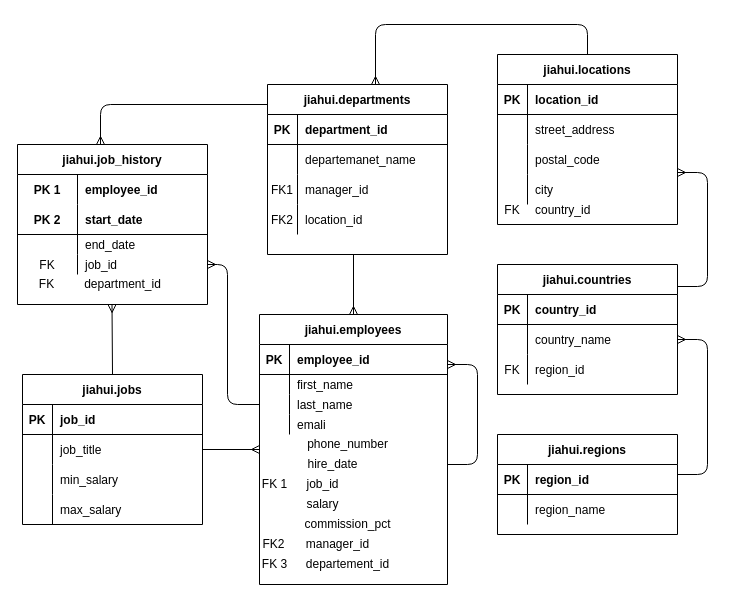
The draw.io diagram Finished HR_ERD .drawio in gracexia02/Assignment7_ERDs-with-draw.io, before the edit. Source tidied: cells renumbered, new cells numbered last; positions are measured from the earlier drawing's top-left corner, leaving out a move shared by most shapes. Both pictures are drawn from the tidied source at 100%, with x=0, y=0 at pixel (17, 4).
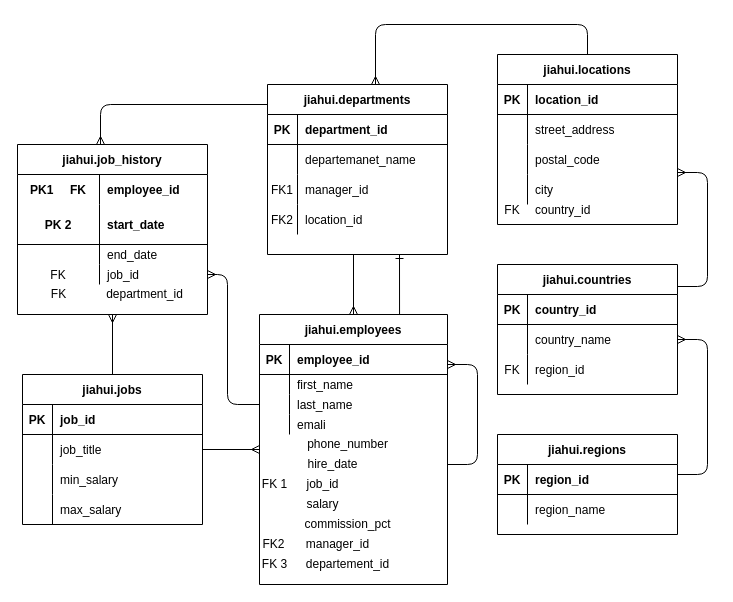
The same diagram, later.

The change refers to these unchanged cells:
```xml
<mxCell id="21" style="shape=partialRectangle;fillColor=none;top=0;left=0;bottom=0;right=0;" parent="20" vertex="1">
  <mxGeometry y="30" width="190" height="30" as="geometry" />
</mxCell>
<mxCell id="34" value="jiahui.jobs" style="shape=table;startSize=30;childLayout=tableLayout;rowLines=0;fontStyle=1;align=center;" parent="1" vertex="1">
  <mxGeometry x="5" y="370" width="180" height="150" as="geometry" />
</mxCell>
<mxCell id="61" value="jiahui.employees" style="shape=table;startSize=30;childLayout=tableLayout;rowLines=0;fontStyle=1;align=center;strokeColor=#000000;" parent="1" vertex="1">
  <mxGeometry x="242" y="310" width="188" height="270" as="geometry" />
</mxCell>
```

The edit, as a diff of the source:
```diff
@@
     <mxCell id="20" value="jiahui.job_history" style="shape=table;startSize=30;childLayout=tableLayout;rowLines=0;fontStyle=1;align=center;" parent="1" vertex="1">
-      <mxGeometry y="140" width="190" height="160" as="geometry" />
+      <mxGeometry y="140" width="190" height="170" as="geometry" />
     </mxCell>
@@
-    <mxCell id="22" value="PK 1" style="shape=partialRectangle;fillColor=none;top=0;left=0;bottom=0;right=0;fontStyle=1;overflow=hidden;" parent="21" vertex="1">
-      <mxGeometry width="60" height="30" as="geometry" />
+    <mxCell id="22" value="PK1     FK" style="shape=partialRectangle;fillColor=none;top=0;left=0;bottom=0;right=0;fontStyle=1;overflow=hidden;" parent="21" vertex="1">
+      <mxGeometry width="82" height="30" as="geometry" />
     </mxCell>
     <mxCell id="23" value="employee_id" style="shape=partialRectangle;fillColor=none;top=0;left=0;bottom=0;right=0;align=left;spacingLeft=6;fontStyle=1;overflow=hidden;" parent="21" vertex="1">
-      <mxGeometry x="60" width="130" height="30" as="geometry" />
+      <mxGeometry x="82" width="108" height="30" as="geometry" />
     </mxCell>
     <mxCell id="24" style="shape=partialRectangle;fillColor=none;top=0;left=0;bottom=1;right=0;" parent="20" vertex="1">
-      <mxGeometry y="60" width="190" height="30" as="geometry" />
+      <mxGeometry y="60" width="190" height="40" as="geometry" />
     </mxCell>
     <mxCell id="25" value="PK 2" style="shape=partialRectangle;fillColor=none;top=0;left=0;bottom=0;right=0;fontStyle=1;overflow=hidden;" parent="24" vertex="1">
-      <mxGeometry width="60" height="30" as="geometry" />
+      <mxGeometry width="82" height="40" as="geometry" />
     </mxCell>
     <mxCell id="26" value="start_date" style="shape=partialRectangle;fillColor=none;top=0;left=0;bottom=0;right=0;align=left;spacingLeft=6;fontStyle=1;overflow=hidden;" parent="24" vertex="1">
-      <mxGeometry x="60" width="130" height="30" as="geometry" />
+      <mxGeometry x="82" width="108" height="40" as="geometry" />
     </mxCell>
     <mxCell id="27" style="shape=partialRectangle;fillColor=none;top=0;left=0;bottom=0;right=0;" parent="20" vertex="1">
-      <mxGeometry y="90" width="190" height="20" as="geometry" />
+      <mxGeometry y="100" width="190" height="20" as="geometry" />
     </mxCell>
     <mxCell id="28" style="shape=partialRectangle;fillColor=none;top=0;left=0;bottom=0;right=0;overflow=hidden;" parent="27" vertex="1">
-      <mxGeometry width="60" height="20" as="geometry" />
+      <mxGeometry width="82" height="20" as="geometry" />
     </mxCell>
     <mxCell id="29" value="end_date" style="shape=partialRectangle;fillColor=none;top=0;left=0;bottom=0;right=0;align=left;spacingLeft=6;overflow=hidden;" parent="27" vertex="1">
-      <mxGeometry x="60" width="130" height="20" as="geometry" />
+      <mxGeometry x="82" width="108" height="20" as="geometry" />
     </mxCell>
     <mxCell id="30" style="shape=partialRectangle;fillColor=none;top=0;left=0;bottom=0;right=0;points=[[0,0.5],[1,0.5]];portConstraint=eastwest;" parent="20" vertex="1">
-      <mxGeometry y="110" width="190" height="20" as="geometry" />
+      <mxGeometry y="120" width="190" height="20" as="geometry" />
     </mxCell>
     <mxCell id="31" value="FK" style="shape=partialRectangle;fillColor=none;top=0;left=0;bottom=0;right=0;overflow=hidden;" parent="30" vertex="1">
-      <mxGeometry width="60" height="20" as="geometry" />
+      <mxGeometry width="82" height="20" as="geometry" />
     </mxCell>
     <mxCell id="32" value="job_id" style="shape=partialRectangle;fillColor=none;top=0;left=0;bottom=0;right=0;align=left;spacingLeft=6;overflow=hidden;" parent="30" vertex="1">
-      <mxGeometry x="60" width="130" height="20" as="geometry" />
+      <mxGeometry x="82" width="108" height="20" as="geometry" />
     </mxCell>
     <mxCell id="33" value="department_id" style="text;html=1;align=center;verticalAlign=middle;" parent="1" vertex="1">
-      <mxGeometry x="60" y="270" width="90" height="20" as="geometry" />
+      <mxGeometry x="82" y="280" width="90" height="20" as="geometry" />
     </mxCell>
@@
     <mxCell id="60" style="fontSize=12;html=1;endArrow=ERmany;exitX=0.5;exitY=0;exitDx=0;exitDy=0;" parent="1" edge="1" source="34">
       <mxGeometry relative="1" as="geometry">
-        <mxPoint x="94.5" y="300" as="targetPoint" />
+        <mxPoint x="95" y="310" as="targetPoint" />
       </mxGeometry>
     </mxCell>
@@
     <mxCell id="106" value="FK" style="text;html=1;align=center;verticalAlign=middle;" parent="1" vertex="1">
-      <mxGeometry x="14" y="270" width="30" height="20" as="geometry" />
+      <mxGeometry x="26" y="280" width="30" height="20" as="geometry" />
     </mxCell>
@@
+    <mxCell id="108" style="fontSize=12;html=1;endArrow=ERone;endFill=1;exitX=0.745;exitY=0;exitDx=0;exitDy=0;exitPerimeter=0;" parent="1" edge="1" source="61">
+      <mxGeometry relative="1" as="geometry">
+        <mxPoint x="382" y="250" as="targetPoint" />
+      </mxGeometry>
+    </mxCell>
```
